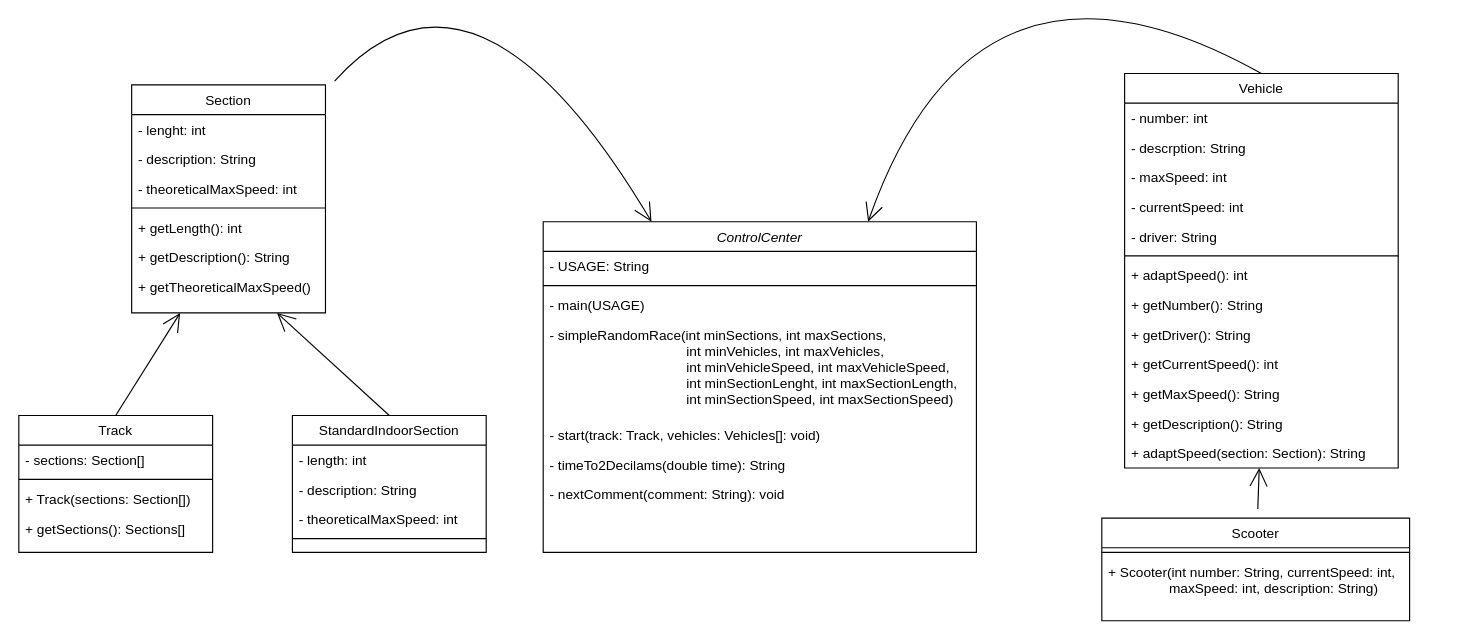
Before: Diagrama.drawio in eloylozano/cochesLocos, a draw.io diagram. Source tidied: cells renumbered, new cells numbered last; positions are measured from the earlier drawing's top-left corner, leaving out a move shared by most shapes. Both pictures are drawn from the tidied source at 114%, with x=0, y=0 at pixel (18, -87).
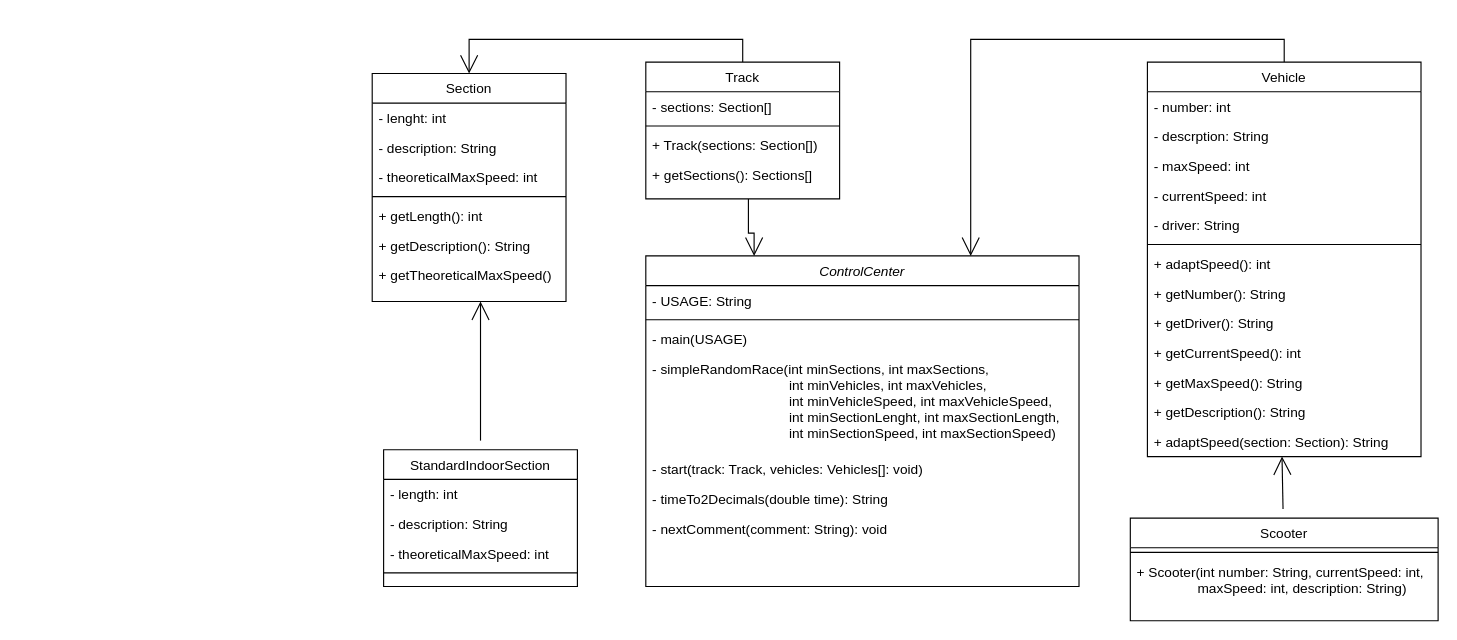
The same page after the edit.

The edit, as a diff of the source:
```diff
@@
     <mxCell id="2" value="ControlCenter" style="swimlane;fontStyle=2;align=center;verticalAlign=top;horizontal=1;startSize=26;rounded=0;shadow=0;strokeWidth=1;" parent="1" vertex="1">
-      <mxGeometry x="460" y="270" width="380" height="290" as="geometry" />
+      <mxGeometry x="550" y="300" width="380" height="290" as="geometry" />
     </mxCell>
@@
-    <mxCell id="8" value="- timeTo2Decilams(double time): String" style="text;align=left;verticalAlign=top;spacingLeft=4;spacingRight=4;overflow=hidden;" parent="2" vertex="1">
+    <mxCell id="8" value="- timeTo2Decimals(double time): String" style="text;align=left;verticalAlign=top;spacingLeft=4;spacingRight=4;overflow=hidden;" parent="2" vertex="1">
       <mxGeometry y="200" width="380" height="26" as="geometry" />
     </mxCell>
@@
-    <mxCell id="10" style="edgeStyle=none;curved=1;rounded=0;jettySize=auto;html=1;entryX=0.75;entryY=0;entryDx=0;entryDy=0;endArrow=open;startSize=14;endSize=14;sourcePerimeterSpacing=8;targetPerimeterSpacing=8;exitX=0.5;exitY=0;exitDx=0;exitDy=0;" parent="1" edge="1" source="11" target="2">
-      <mxGeometry relative="1" as="geometry">
-        <Array as="points">
-          <mxPoint x="840" />
-        </Array>
-      </mxGeometry>
+    <mxCell id="10" style="edgeStyle=orthogonalEdgeStyle;rounded=0;jettySize=auto;html=1;entryX=0.75;entryY=0;entryDx=0;entryDy=0;endArrow=open;startSize=14;endSize=14;sourcePerimeterSpacing=8;targetPerimeterSpacing=8;exitX=0.5;exitY=0;exitDx=0;exitDy=0;" parent="1" edge="1" source="11" target="2">
+      <mxGeometry relative="1" as="geometry" />
     </mxCell>
     <mxCell id="11" value="Vehicle" style="swimlane;fontStyle=0;align=center;verticalAlign=top;horizontal=1;startSize=26;rounded=0;shadow=0;strokeWidth=1;" parent="1" vertex="1">
-      <mxGeometry x="970" y="140" width="240" height="346" as="geometry" />
+      <mxGeometry x="990" y="130" width="240" height="346" as="geometry" />
     </mxCell>
@@
     <mxCell id="26" value="Scooter" style="swimlane;fontStyle=0;align=center;verticalAlign=top;horizontal=1;startSize=26;rounded=0;shadow=0;strokeWidth=1;" parent="1" vertex="1">
-      <mxGeometry x="950" y="530" width="270" height="90" as="geometry" />
+      <mxGeometry x="975" y="530" width="270" height="90" as="geometry" />
     </mxCell>
@@
-    <mxCell id="29" style="edgeStyle=none;curved=1;rounded=0;jettySize=auto;html=1;entryX=0.75;entryY=1;entryDx=0;entryDy=0;endArrow=open;startSize=14;endSize=14;sourcePerimeterSpacing=8;targetPerimeterSpacing=8;exitX=0.5;exitY=0;exitDx=0;exitDy=0;" parent="1" edge="1" source="30" target="36">
-      <mxGeometry relative="1" as="geometry" />
-    </mxCell>
+    <mxCell id="50" style="edgeStyle=orthogonalEdgeStyle;rounded=0;jettySize=auto;html=1;endArrow=open;startSize=14;endSize=14;sourcePerimeterSpacing=8;targetPerimeterSpacing=8;" parent="1" edge="1" source="30">
+      <mxGeometry relative="1" as="geometry">
+        <mxPoint x="405" y="340" as="targetPoint" />
+      </mxGeometry>
+    </mxCell>
     <mxCell id="30" value="StandardIndoorSection" style="swimlane;fontStyle=0;align=center;verticalAlign=top;horizontal=1;startSize=26;rounded=0;shadow=0;strokeWidth=1;" parent="1" vertex="1">
-      <mxGeometry x="240" y="440" width="170" height="120" as="geometry" />
+      <mxGeometry x="320" y="470" width="170" height="120" as="geometry" />
     </mxCell>
@@
-    <mxCell id="35" style="edgeStyle=none;curved=1;rounded=0;jettySize=auto;html=1;entryX=0.25;entryY=0;entryDx=0;entryDy=0;endArrow=open;startSize=14;endSize=14;sourcePerimeterSpacing=8;targetPerimeterSpacing=8;" parent="1" edge="1" source="36" target="2">
-      <mxGeometry relative="1" as="geometry">
-        <Array as="points">
-          <mxPoint x="400" y="10" />
-        </Array>
-      </mxGeometry>
-    </mxCell>
     <mxCell id="36" value="Section" style="swimlane;fontStyle=0;align=center;verticalAlign=top;horizontal=1;startSize=26;rounded=0;shadow=0;strokeWidth=1;" parent="1" vertex="1">
-      <mxGeometry x="99" y="150" width="170" height="200" as="geometry" />
+      <mxGeometry x="310" y="140" width="170" height="200" as="geometry" />
     </mxCell>
@@
+    <mxCell id="51" style="edgeStyle=orthogonalEdgeStyle;rounded=0;jettySize=auto;html=1;endArrow=open;startSize=14;endSize=14;sourcePerimeterSpacing=8;targetPerimeterSpacing=8;entryX=0.25;entryY=0;entryDx=0;entryDy=0;" parent="1" edge="1" target="2">
+      <mxGeometry relative="1" as="geometry">
+        <mxPoint x="640" y="250" as="sourcePoint" />
+        <Array as="points">
+          <mxPoint x="640" y="250" />
+          <mxPoint x="640" y="280" />
+          <mxPoint x="695" y="280" />
+        </Array>
+      </mxGeometry>
+    </mxCell>
-    <mxCell id="44" style="edgeStyle=none;curved=1;rounded=0;jettySize=auto;html=1;entryX=0.25;entryY=1;entryDx=0;entryDy=0;endArrow=open;startSize=14;endSize=14;sourcePerimeterSpacing=8;targetPerimeterSpacing=8;exitX=0.5;exitY=0;exitDx=0;exitDy=0;" parent="1" edge="1" source="45" target="36">
+    <mxCell id="44" style="edgeStyle=orthogonalEdgeStyle;rounded=0;jettySize=auto;html=1;entryX=0.5;entryY=0;entryDx=0;entryDy=0;endArrow=open;startSize=14;endSize=14;sourcePerimeterSpacing=8;targetPerimeterSpacing=8;exitX=0.5;exitY=0;exitDx=0;exitDy=0;" parent="1" edge="1" source="45" target="36">
       <mxGeometry relative="1" as="geometry" />
     </mxCell>
     <mxCell id="45" value="Track" style="swimlane;fontStyle=0;align=center;verticalAlign=top;horizontal=1;startSize=26;rounded=0;shadow=0;strokeWidth=1;" parent="1" vertex="1">
-      <mxGeometry y="440" width="170" height="120" as="geometry" />
+      <mxGeometry x="550" y="130" width="170" height="120" as="geometry" />
     </mxCell>
```
